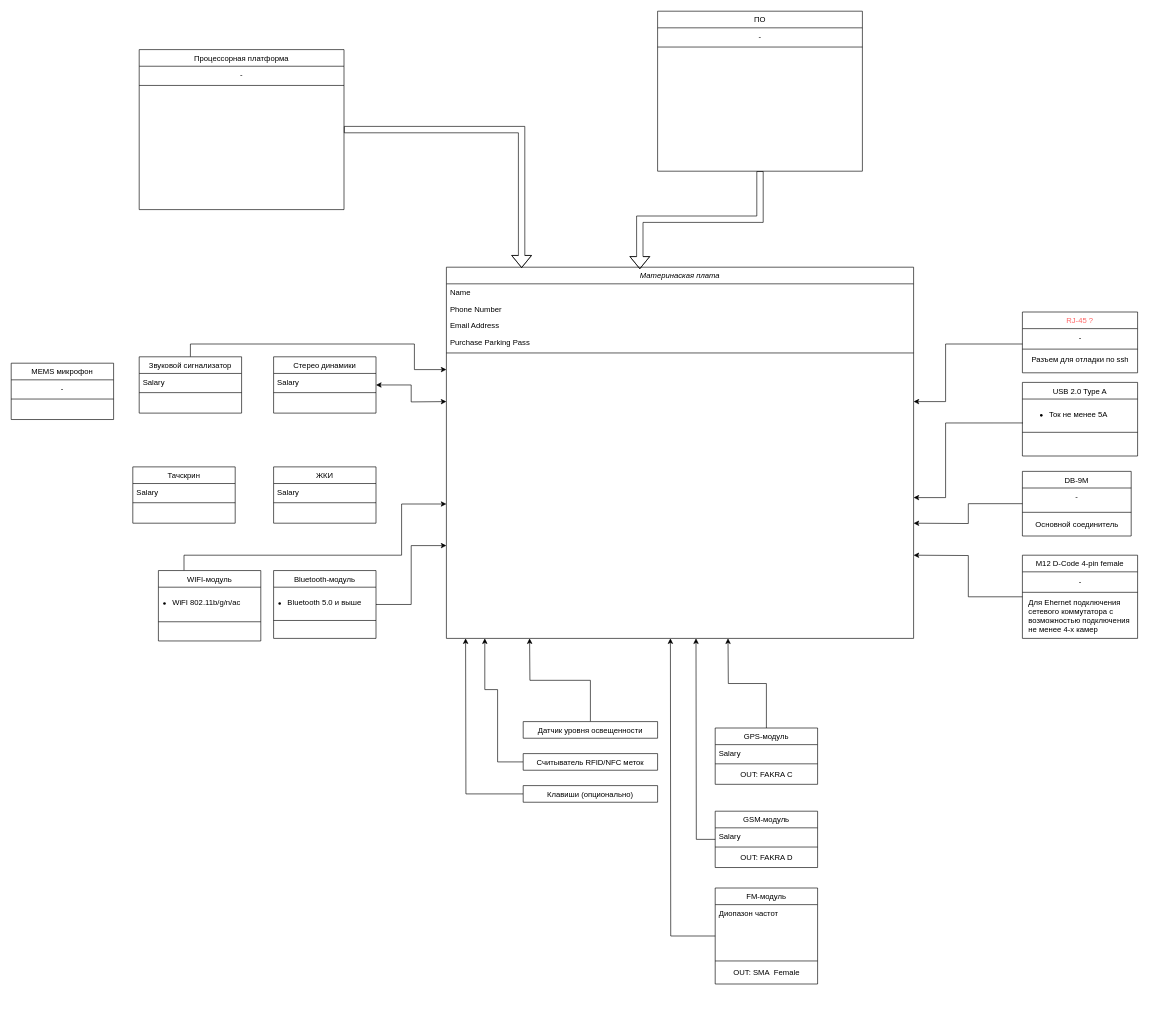
Earlier version of the draw.io diagram 1.drawio (hsdgxoafadsvc/vbaMacros). Source tidied: cells renumbered, new cells numbered last; positions are measured from the earlier drawing's top-left corner, leaving out a move shared by most shapes. Both pictures are drawn from the tidied source at 64%, with x=0, y=0 at pixel (11, 11).
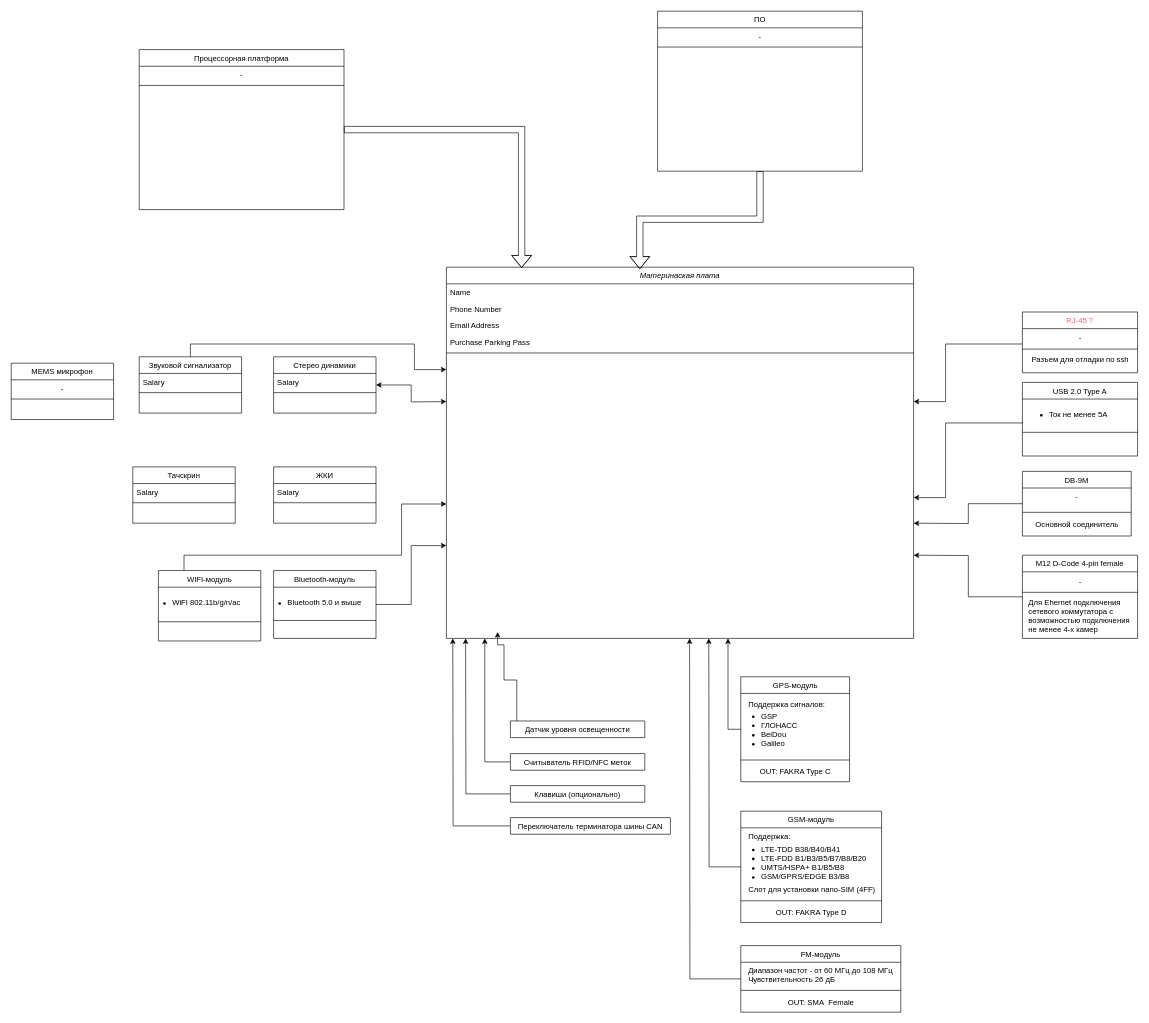
After the change.

What changed in the source:
```diff
@@
     <mxCell id="8" style="edgeStyle=orthogonalEdgeStyle;rounded=0;jettySize=auto;html=1;" parent="1" edge="1" source="9">
       <mxGeometry relative="1" as="geometry">
-        <mxPoint x="1030" y="980" as="targetPoint" />
+        <mxPoint x="1060" y="980" as="targetPoint" />
       </mxGeometry>
     </mxCell>
     <mxCell id="9" value="FM-модуль" style="swimlane;fontStyle=0;align=center;verticalAlign=top;horizontal=1;startSize=26;rounded=0;shadow=0;strokeWidth=1;" parent="1" vertex="1">
-      <mxGeometry x="1100" y="1370" width="160" height="150" as="geometry" />
+      <mxGeometry x="1140" y="1460" width="250" height="104" as="geometry" />
     </mxCell>
-    <mxCell id="10" value="Диопазон частот " style="text;align=left;verticalAlign=top;spacingLeft=4;spacingRight=4;overflow=hidden;" parent="9" vertex="1">
-      <mxGeometry y="26" width="160" height="84" as="geometry" />
-    </mxCell>
+    <mxCell id="81" value="&lt;div&gt;Диапазон частот - от 60 МГц до 108 МГц&lt;/div&gt;&lt;div&gt;Чувствительность 26 дБ&lt;br&gt;&lt;/div&gt;" style="text;html=1;align=left;verticalAlign=middle;strokeColor=none;fillColor=none;spacingLeft=12;spacing=0;" parent="9" vertex="1">
+      <mxGeometry y="26" width="250" height="40" as="geometry" />
+    </mxCell>
     <mxCell id="11" style="line;html=1;strokeWidth=1;align=left;verticalAlign=middle;spacingTop=-1;spacingLeft=3;spacingRight=3;labelPosition=right;" parent="9" vertex="1">
-      <mxGeometry y="110" width="160" height="8" as="geometry" />
+      <mxGeometry y="66" width="250" height="8" as="geometry" />
     </mxCell>
     <mxCell id="12" value="OUT: SMA&amp;nbsp; Female" style="text;html=1;align=center;verticalAlign=middle;strokeColor=none;fillColor=none;" parent="9" vertex="1">
-      <mxGeometry y="118" width="160" height="30" as="geometry" />
+      <mxGeometry y="74" width="250" height="30" as="geometry" />
     </mxCell>
@@
-    <mxCell id="14" value="GPS-модуль" style="swimlane;fontStyle=0;align=center;verticalAlign=top;horizontal=1;startSize=26;rounded=0;shadow=0;strokeWidth=1;" parent="1" vertex="1">
-      <mxGeometry x="1100" y="1120" width="160" height="88" as="geometry" />
+    <mxCell id="14" value="GPS-модуль" style="swimlane;fontStyle=0;align=center;verticalAlign=top;horizontal=1;startSize=26;rounded=0;shadow=0;strokeWidth=1;spacingLeft=1;" parent="1" vertex="1">
+      <mxGeometry x="1140" y="1040" width="170" height="164" as="geometry" />
     </mxCell>
-    <mxCell id="15" value="Salary" style="text;align=left;verticalAlign=top;spacingLeft=4;spacingRight=4;overflow=hidden;" parent="14" vertex="1">
-      <mxGeometry y="26" width="160" height="26" as="geometry" />
-    </mxCell>
+    <mxCell id="82" value="Поддержка сигналов:&lt;br&gt;&lt;ul style=&quot;padding-left: 20px; margin-top: 5px; margin-bottom: 5px;&quot;&gt;&lt;li&gt;GSP&lt;/li&gt;&lt;li&gt;ГЛОНАСС&lt;/li&gt;&lt;li&gt;BeiDou&lt;/li&gt;&lt;li&gt;Galileo&lt;br&gt;&lt;/li&gt;&lt;/ul&gt;" style="text;html=1;align=left;verticalAlign=middle;strokeColor=none;fillColor=none;spacingLeft=12;spacing=0;" parent="14" vertex="1">
+      <mxGeometry y="26" width="170" height="100" as="geometry" />
+    </mxCell>
     <mxCell id="16" style="line;html=1;strokeWidth=1;align=left;verticalAlign=middle;spacingTop=-1;spacingLeft=3;spacingRight=3;labelPosition=right;" parent="14" vertex="1">
-      <mxGeometry y="52" width="160" height="8" as="geometry" />
+      <mxGeometry y="126" width="170" height="8" as="geometry" />
     </mxCell>
+    <mxCell id="83" value="OUT: FAKRA Type C" style="text;html=1;align=center;verticalAlign=middle;strokeColor=none;fillColor=none;" parent="14" vertex="1">
+      <mxGeometry y="134" width="170" height="30" as="geometry" />
+    </mxCell>
     <mxCell id="17" style="edgeStyle=orthogonalEdgeStyle;rounded=0;jettySize=auto;html=1;" parent="1" edge="1" source="18">
       <mxGeometry relative="1" as="geometry">
-        <mxPoint x="1070" y="980" as="targetPoint" />
+        <mxPoint x="1090" y="980" as="targetPoint" />
       </mxGeometry>
     </mxCell>
     <mxCell id="18" value="GSM-модуль" style="swimlane;fontStyle=0;align=center;verticalAlign=top;horizontal=1;startSize=26;rounded=0;shadow=0;strokeWidth=1;" parent="1" vertex="1">
-      <mxGeometry x="1100" y="1250" width="160" height="88" as="geometry" />
+      <mxGeometry x="1140" y="1250" width="220" height="174" as="geometry" />
     </mxCell>
-    <mxCell id="19" value="Salary" style="text;align=left;verticalAlign=top;spacingLeft=4;spacingRight=4;overflow=hidden;" parent="18" vertex="1">
-      <mxGeometry y="26" width="160" height="26" as="geometry" />
-    </mxCell>
+    <mxCell id="84" value="Поддержка:&lt;br&gt;&lt;ul style=&quot;padding-left: 20px; margin-top: 5px; margin-bottom: 5px;&quot;&gt;&lt;li&gt;LTE-TDD B38/B40/B41&lt;br&gt;&lt;/li&gt;&lt;li&gt;LTE-FDD B1/B3/B5/B7/B8/B20&lt;/li&gt;&lt;li&gt;UMTS/HSPA+ B1/B5/B8&lt;br&gt;&lt;/li&gt;&lt;li&gt;GSM/GPRS/EDGE B3/B8&lt;/li&gt;&lt;/ul&gt;Слот для установки nano-SIM (4FF)" style="text;html=1;align=left;verticalAlign=middle;strokeColor=none;fillColor=none;spacingLeft=12;spacing=0;" parent="18" vertex="1">
+      <mxGeometry y="26" width="220" height="110" as="geometry" />
+    </mxCell>
     <mxCell id="20" style="line;html=1;strokeWidth=1;align=left;verticalAlign=middle;spacingTop=-1;spacingLeft=3;spacingRight=3;labelPosition=right;" parent="18" vertex="1">
-      <mxGeometry y="52" width="160" height="8" as="geometry" />
+      <mxGeometry y="136" width="220" height="8" as="geometry" />
     </mxCell>
+    <mxCell id="85" value="OUT: FAKRA Type D" style="text;html=1;align=center;verticalAlign=middle;strokeColor=none;fillColor=none;" parent="18" vertex="1">
+      <mxGeometry y="144" width="220" height="30" as="geometry" />
+    </mxCell>
@@
     <mxCell id="35" style="edgeStyle=orthogonalEdgeStyle;rounded=0;jettySize=auto;html=1;" parent="1" edge="1" source="36">
       <mxGeometry relative="1" as="geometry">
-        <mxPoint x="810" y="980" as="targetPoint" />
+        <mxPoint x="760" y="970" as="targetPoint" />
+        <Array as="points">
+          <mxPoint x="790" y="1045" />
+          <mxPoint x="770" y="1045" />
+          <mxPoint x="770" y="990" />
+        </Array>
       </mxGeometry>
     </mxCell>
     <mxCell id="36" value="Датчик уровня освещенности" style="swimlane;fontStyle=0;align=center;verticalAlign=top;horizontal=1;startSize=26;rounded=0;shadow=0;strokeWidth=1;" parent="1" vertex="1" collapsed="1">
-      <mxGeometry x="800" y="1110" width="210" height="26" as="geometry" />
+      <mxGeometry x="780" y="1109" width="210" height="26" as="geometry" />
     </mxCell>
@@
     <mxCell id="41" style="edgeStyle=orthogonalEdgeStyle;rounded=0;jettySize=auto;html=1;" parent="1" edge="1" source="42">
       <mxGeometry relative="1" as="geometry">
         <mxPoint x="740" y="980" as="targetPoint" />
         <Array as="points">
-          <mxPoint x="760" y="1173" />
-          <mxPoint x="760" y="1060" />
+          <mxPoint x="740" y="1173" />
         </Array>
       </mxGeometry>
     </mxCell>
     <mxCell id="42" value="Считыватель RFID/NFC меток" style="swimlane;fontStyle=0;align=center;verticalAlign=top;horizontal=1;startSize=26;rounded=0;shadow=0;strokeWidth=1;" parent="1" vertex="1" collapsed="1">
-      <mxGeometry x="800" y="1160" width="210" height="26" as="geometry" />
+      <mxGeometry x="780" y="1160" width="210" height="26" as="geometry" />
     </mxCell>
@@
-    <mxCell id="59" value="OUT: FAKRA D" style="text;html=1;align=center;verticalAlign=middle;strokeColor=none;fillColor=none;" parent="1" vertex="1">
-      <mxGeometry x="1130" y="1308" width="100" height="30" as="geometry" />
-    </mxCell>
-    <mxCell id="60" value="OUT: FAKRA C" style="text;html=1;align=center;verticalAlign=middle;strokeColor=none;fillColor=none;" parent="1" vertex="1">
-      <mxGeometry x="1130" y="1178" width="100" height="30" as="geometry" />
-    </mxCell>
@@
     <mxCell id="62" value="Клавиши (опционально)" style="swimlane;fontStyle=0;align=center;verticalAlign=top;horizontal=1;startSize=26;rounded=0;shadow=0;strokeWidth=1;" parent="1" vertex="1" collapsed="1">
-      <mxGeometry x="800" y="1210" width="210" height="26" as="geometry" />
+      <mxGeometry x="780" y="1210" width="210" height="26" as="geometry" />
     </mxCell>
@@
+    <mxCell id="86" style="edgeStyle=orthogonalEdgeStyle;rounded=0;jettySize=auto;html=1;" parent="1" edge="1" source="87">
+      <mxGeometry relative="1" as="geometry">
+        <mxPoint x="690" y="980" as="targetPoint" />
+      </mxGeometry>
+    </mxCell>
+    <mxCell id="87" value="Переключатель терминатора шины CAN" style="swimlane;fontStyle=0;align=center;verticalAlign=top;horizontal=1;startSize=26;rounded=0;shadow=0;strokeWidth=1;" parent="1" vertex="1" collapsed="1">
+      <mxGeometry x="780" y="1260" width="250" height="26" as="geometry" />
+    </mxCell>
```
